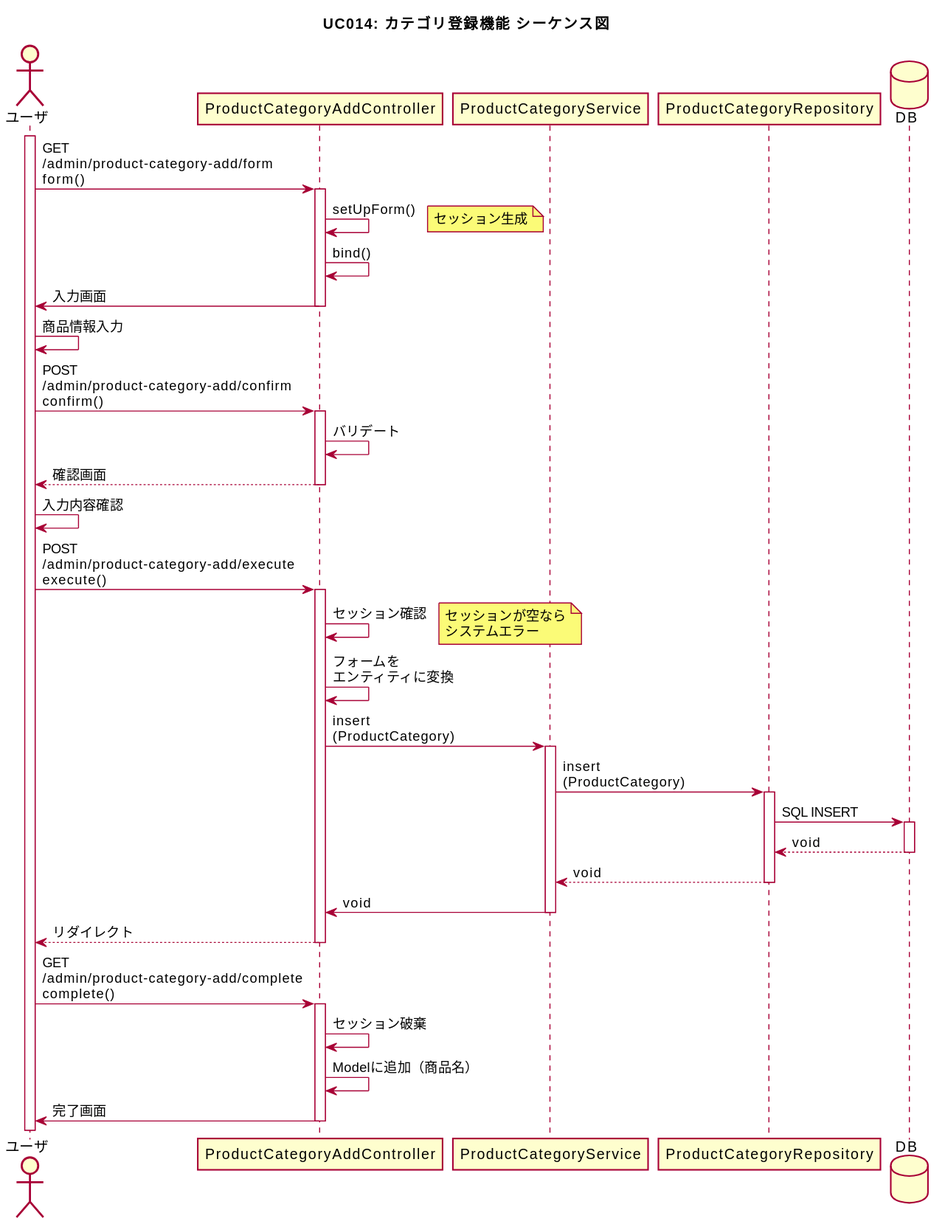
Above: out/plan/diagram/sequence/uc014_product_category_add/uc014_product_category_add.svg in imagepit/fullness-ec (PlantUML), before the change. The source it was exported from:
```plantuml
@startuml
skin rose
skinparam shadowing false
title UC014: カテゴリ登録機能 シーケンス図

actor "ユーザ" as user
activate user
participant "ProductCategoryAddController" as ctrl
participant "ProductCategoryService" as svc
participant "ProductCategoryRepository" as repo
database DB as db

user -> ctrl ++ : GET\n/admin/product-category-add/form\nform()
ctrl -> ctrl : setUpForm()
note right: セッション生成
ctrl -> ctrl : bind()
ctrl -> user -- : 入力画面

user -> user : 商品情報入力
user -> ctrl ++ : POST\n/admin/product-category-add/confirm\nconfirm()
ctrl -> ctrl : バリデート
ctrl --> user -- : 確認画面

user -> user : 入力内容確認
user -> ctrl ++ : POST\n/admin/product-category-add/execute\nexecute()
ctrl -> ctrl : セッション確認
note right: セッションが空なら\nシステムエラー
ctrl -> ctrl : フォームを\nエンティティに変換
ctrl -> svc ++ : insert\n(ProductCategory)
svc -> repo ++ : insert\n(ProductCategory)
repo -> db ++ : SQL INSERT
db --> repo -- : void
repo --> svc -- : void
svc -> ctrl -- : void
user <-- ctrl -- : リダイレクト
user -> ctrl ++ : GET\n/admin/product-category-add/complete\ncomplete()
ctrl -> ctrl : セッション破棄
ctrl -> ctrl : Modelに追加（商品名）
ctrl -> user -- : 完了画面
@enduml
```
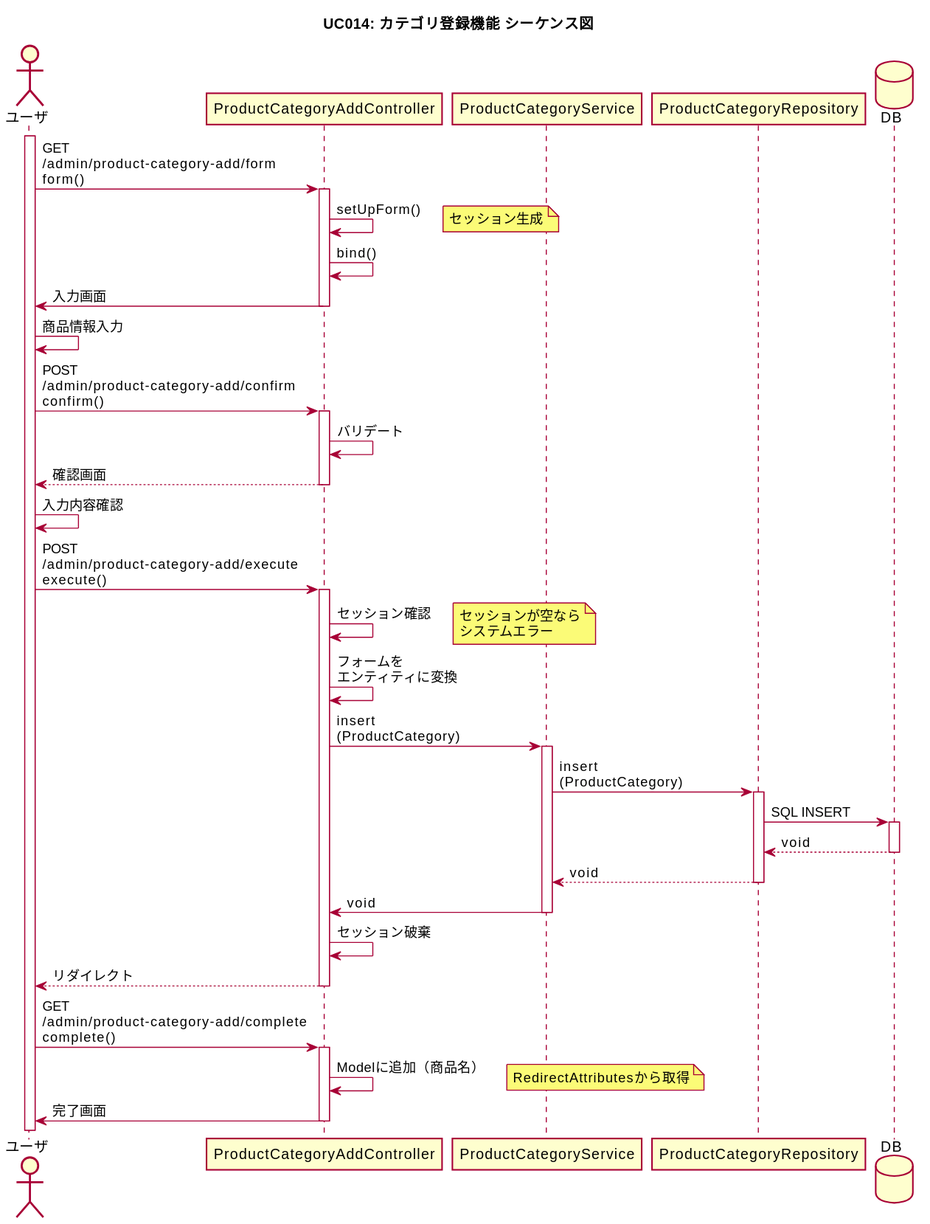
Above is the later version.

The edit, as a diff of the source:
```diff
@@ -32,9 +32,10 @@
 db --> repo -- : void
 repo --> svc -- : void
 svc -> ctrl -- : void
+ctrl -> ctrl : セッション破棄
 user <-- ctrl -- : リダイレクト
 user -> ctrl ++ : GET\n/admin/product-category-add/complete\ncomplete()
-ctrl -> ctrl : セッション破棄
 ctrl -> ctrl : Modelに追加（商品名）
+note right: RedirectAttributesから取得
 ctrl -> user -- : 完了画面
 @enduml
```
